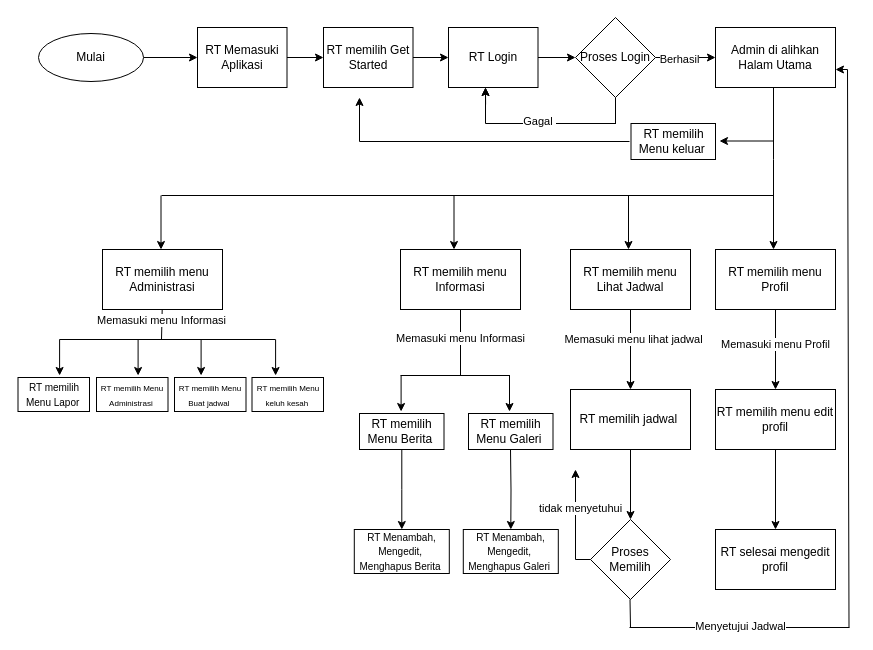
Mohazm/Draw.io keeps this draw.io diagram as Untitled Diagram.drawio. Above is the earlier version. Source tidied: cells renumbered, new cells numbered last; positions are measured from the earlier drawing's top-left corner, leaving out a move shared by most shapes. Both pictures are drawn from the tidied source at 100%, with x=0, y=0 at pixel (17, 17).
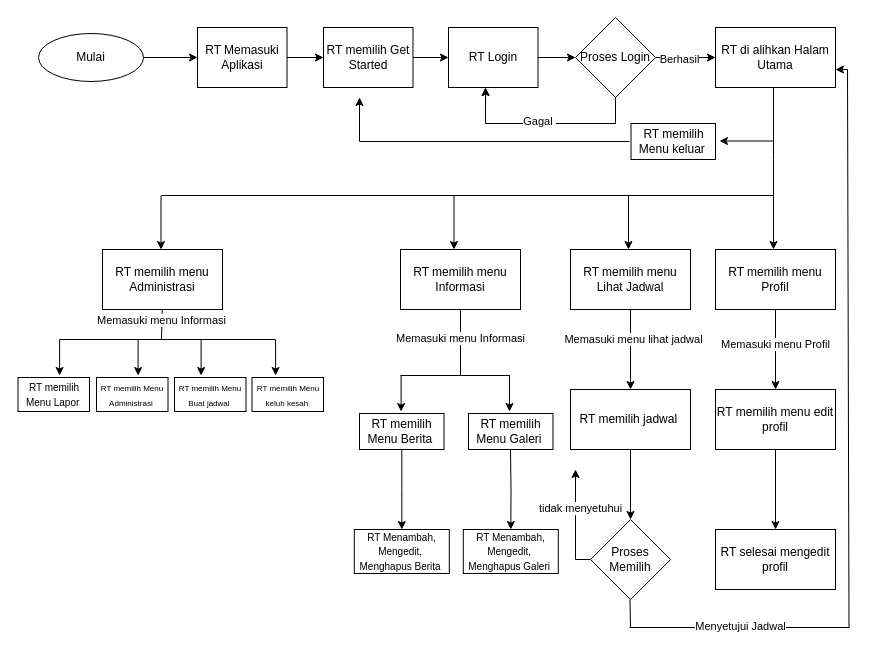
After the change.

Diff of the diagram source:
```diff
@@
-    <mxCell id="14" value="Admin di alihkan Halam Utama" style="whiteSpace=wrap;html=1;" parent="1" vertex="1">
+    <mxCell id="14" value="RT di alihkan Halam Utama" style="whiteSpace=wrap;html=1;" parent="1" vertex="1">
       <mxGeometry x="698" y="10" width="120" height="60" as="geometry" />
     </mxCell>
```
